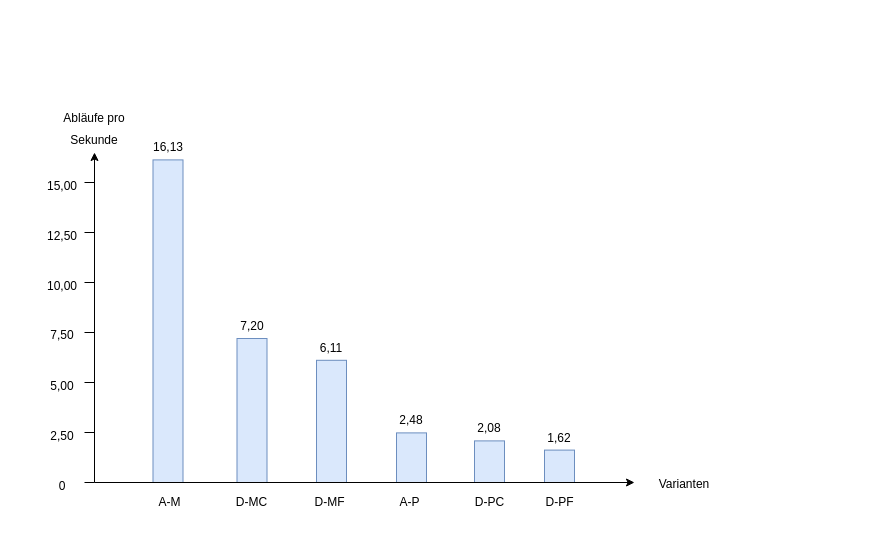
The draw.io diagram svg/Performance Database.drawio in Thalmaier/bachelor-thesis, before the edit. Source tidied: cells renumbered, new cells numbered last; positions are measured from the earlier drawing's top-left corner, leaving out a move shared by most shapes. Both pictures are drawn from the tidied source at 100%, with x=0, y=0 at pixel (32, 92).
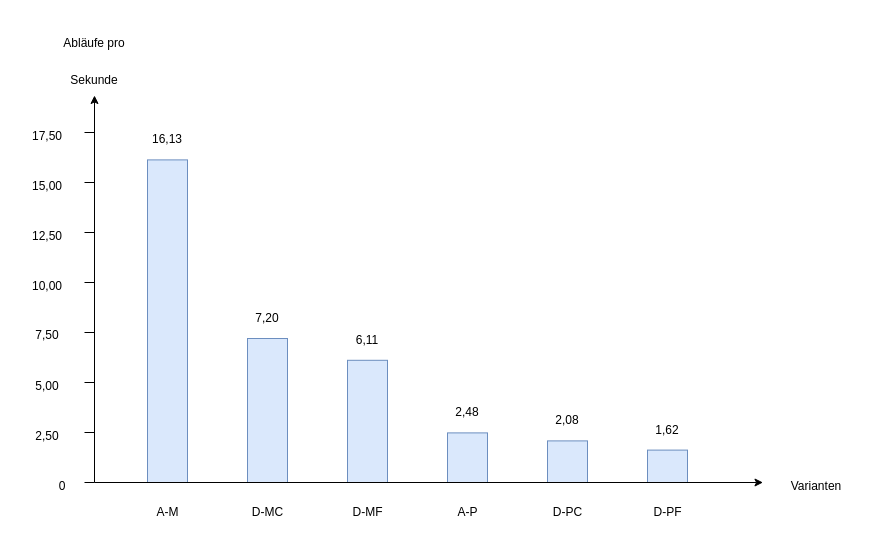
The same diagram, later.

Change to the diagram source:
```diff
@@
     <mxCell id="2" style="rounded=0;whiteSpace=wrap;html=1;rotation=0;fillColor=#dae8fc;strokeColor=#6c8ebf;" parent="1" vertex="1">
-      <mxGeometry x="204.5" y="246" width="30" height="144" as="geometry" />
+      <mxGeometry x="215" y="246" width="40" height="144" as="geometry" />
     </mxCell>
     <mxCell id="3" style="rounded=0;whiteSpace=wrap;html=1;rotation=0;fillColor=#dae8fc;strokeColor=#6c8ebf;" parent="1" vertex="1">
-      <mxGeometry x="442" y="348.4" width="30" height="41.6" as="geometry" />
+      <mxGeometry x="515" y="348.4" width="40" height="41.6" as="geometry" />
     </mxCell>
     <mxCell id="4" value="2,50" style="text;html=1;strokeColor=none;fillColor=none;align=center;verticalAlign=middle;whiteSpace=wrap;rounded=0;" parent="1" vertex="1">
-      <mxGeometry y="334" width="60" height="20" as="geometry" />
+      <mxGeometry x="-15" y="334" width="60" height="20" as="geometry" />
     </mxCell>
     <mxCell id="5" value="5,00" style="text;html=1;strokeColor=none;fillColor=none;align=center;verticalAlign=middle;whiteSpace=wrap;rounded=0;" parent="1" vertex="1">
-      <mxGeometry y="284" width="60" height="20" as="geometry" />
+      <mxGeometry x="-15" y="284" width="60" height="20" as="geometry" />
     </mxCell>
     <mxCell id="6" value="7,50" style="text;html=1;strokeColor=none;fillColor=none;align=center;verticalAlign=middle;whiteSpace=wrap;rounded=0;" parent="1" vertex="1">
-      <mxGeometry y="233" width="60" height="20" as="geometry" />
+      <mxGeometry x="-15" y="233" width="60" height="20" as="geometry" />
     </mxCell>
     <mxCell id="7" value="10,00" style="text;html=1;strokeColor=none;fillColor=none;align=center;verticalAlign=middle;whiteSpace=wrap;rounded=0;" parent="1" vertex="1">
-      <mxGeometry y="184" width="60" height="20" as="geometry" />
+      <mxGeometry x="-15" y="184" width="60" height="20" as="geometry" />
     </mxCell>
     <mxCell id="8" value="12,50" style="text;html=1;strokeColor=none;fillColor=none;align=center;verticalAlign=middle;whiteSpace=wrap;rounded=0;" parent="1" vertex="1">
-      <mxGeometry y="134" width="60" height="20" as="geometry" />
+      <mxGeometry x="-15" y="134" width="60" height="20" as="geometry" />
     </mxCell>
     <mxCell id="9" value="15,00" style="text;html=1;strokeColor=none;fillColor=none;align=center;verticalAlign=middle;whiteSpace=wrap;rounded=0;" parent="1" vertex="1">
-      <mxGeometry y="84" width="60" height="20" as="geometry" />
+      <mxGeometry x="-15" y="84" width="60" height="20" as="geometry" />
     </mxCell>
     <mxCell id="10" style="endArrow=classic;html=1;rounded=0;strokeColor=#000000;" parent="1" edge="1">
       <mxGeometry relative="1" as="geometry">
         <mxPoint x="62" y="390" as="sourcePoint" />
-        <mxPoint x="62" y="60" as="targetPoint" />
+        <mxPoint x="62" y="3" as="targetPoint" />
       </mxGeometry>
     </mxCell>
     <mxCell id="11" style="rounded=0;whiteSpace=wrap;html=1;rotation=0;fillColor=#dae8fc;strokeColor=#6c8ebf;" parent="1" vertex="1">
-      <mxGeometry x="120.5" y="67.4" width="30" height="322.6" as="geometry" />
+      <mxGeometry x="115" y="67.4" width="40" height="322.6" as="geometry" />
     </mxCell>
     <mxCell id="12" style="rounded=0;whiteSpace=wrap;html=1;rotation=0;fillColor=#dae8fc;strokeColor=#6c8ebf;" parent="1" vertex="1">
-      <mxGeometry x="284" y="267.8" width="30" height="122.2" as="geometry" />
+      <mxGeometry x="315" y="267.8" width="40" height="122.2" as="geometry" />
     </mxCell>
     <mxCell id="13" style="rounded=0;whiteSpace=wrap;html=1;rotation=0;fillColor=#dae8fc;strokeColor=#6c8ebf;" parent="1" vertex="1">
-      <mxGeometry x="364" y="340.4" width="30" height="49.6" as="geometry" />
+      <mxGeometry x="415" y="340.4" width="40" height="49.6" as="geometry" />
     </mxCell>
     <mxCell id="14" style="rounded=0;whiteSpace=wrap;html=1;rotation=0;fillColor=#dae8fc;strokeColor=#6c8ebf;" parent="1" vertex="1">
-      <mxGeometry x="512" y="357.6" width="30" height="32.4" as="geometry" />
+      <mxGeometry x="615" y="357.6" width="40" height="32.4" as="geometry" />
     </mxCell>
     <mxCell id="15" value="6,11" style="text;html=1;strokeColor=none;fillColor=none;align=center;verticalAlign=middle;whiteSpace=wrap;rounded=0;" parent="1" vertex="1">
-      <mxGeometry x="269" y="245.8" width="60" height="20" as="geometry" />
+      <mxGeometry x="305" y="237.8" width="60" height="20" as="geometry" />
     </mxCell>
     <mxCell id="16" value="1,62" style="text;html=1;strokeColor=none;fillColor=none;align=center;verticalAlign=middle;whiteSpace=wrap;rounded=0;" parent="1" vertex="1">
-      <mxGeometry x="497" y="335.6" width="60" height="20" as="geometry" />
+      <mxGeometry x="605" y="327.6" width="60" height="20" as="geometry" />
     </mxCell>
     <mxCell id="17" value="D-PF" style="text;html=1;strokeColor=none;fillColor=none;align=center;verticalAlign=middle;whiteSpace=wrap;rounded=0;" parent="1" vertex="1">
-      <mxGeometry x="479.5" y="400" width="95" height="20" as="geometry" />
+      <mxGeometry x="587.5" y="410" width="95" height="20" as="geometry" />
     </mxCell>
     <mxCell id="18" value="A-M" style="text;html=1;strokeColor=none;fillColor=none;align=center;verticalAlign=middle;whiteSpace=wrap;rounded=0;" parent="1" vertex="1">
-      <mxGeometry x="89.5" y="400" width="95" height="20" as="geometry" />
+      <mxGeometry x="87.5" y="410" width="95" height="20" as="geometry" />
     </mxCell>
     <mxCell id="19" value="D-MF" style="text;html=1;strokeColor=none;fillColor=none;align=center;verticalAlign=middle;whiteSpace=wrap;rounded=0;" parent="1" vertex="1">
-      <mxGeometry x="249.5" y="400" width="95" height="20" as="geometry" />
+      <mxGeometry x="287.5" y="410" width="95" height="20" as="geometry" />
     </mxCell>
     <mxCell id="20" value="A-P" style="text;html=1;strokeColor=none;fillColor=none;align=center;verticalAlign=middle;whiteSpace=wrap;rounded=0;" parent="1" vertex="1">
-      <mxGeometry x="329.5" y="400" width="95" height="20" as="geometry" />
+      <mxGeometry x="387.5" y="410" width="95" height="20" as="geometry" />
     </mxCell>
     <mxCell id="21" value="Varianten" style="text;html=1;strokeColor=none;fillColor=none;align=center;verticalAlign=middle;whiteSpace=wrap;rounded=0;" parent="1" vertex="1">
-      <mxGeometry x="602" y="377" width="100" height="30" as="geometry" />
+      <mxGeometry x="734" y="379" width="100" height="30" as="geometry" />
     </mxCell>
     <mxCell id="22" value="Abläufe pro" style="text;strokeColor=none;fillColor=none;align=center;verticalAlign=middle;rounded=0;" parent="1" vertex="1">
-      <mxGeometry x="12" width="100" height="50" as="geometry" />
+      <mxGeometry x="12" y="-75" width="100" height="50" as="geometry" />
     </mxCell>
@@
     <mxCell id="29" value="Sekunde" style="text;strokeColor=none;fillColor=none;align=center;verticalAlign=middle;rounded=0;" parent="1" vertex="1">
-      <mxGeometry x="12" y="22" width="100" height="50" as="geometry" />
+      <mxGeometry x="12" y="-38" width="100" height="50" as="geometry" />
     </mxCell>
     <mxCell id="30" value="7,20" style="text;html=1;strokeColor=none;fillColor=none;align=center;verticalAlign=middle;whiteSpace=wrap;rounded=0;" parent="1" vertex="1">
-      <mxGeometry x="189.5" y="223.8" width="60" height="20" as="geometry" />
+      <mxGeometry x="205" y="216" width="60" height="20" as="geometry" />
     </mxCell>
     <mxCell id="31" value="D-MC" style="text;html=1;strokeColor=none;fillColor=none;align=center;verticalAlign=middle;whiteSpace=wrap;rounded=0;" parent="1" vertex="1">
-      <mxGeometry x="172" y="400" width="95" height="20" as="geometry" />
+      <mxGeometry x="187.5" y="410" width="95" height="20" as="geometry" />
     </mxCell>
     <mxCell id="32" value="D-PC" style="text;html=1;strokeColor=none;fillColor=none;align=center;verticalAlign=middle;whiteSpace=wrap;rounded=0;" parent="1" vertex="1">
-      <mxGeometry x="409.5" y="400" width="95" height="20" as="geometry" />
+      <mxGeometry x="487.5" y="410" width="95" height="20" as="geometry" />
     </mxCell>
     <mxCell id="33" value="2,08" style="text;html=1;strokeColor=none;fillColor=none;align=center;verticalAlign=middle;whiteSpace=wrap;rounded=0;" parent="1" vertex="1">
-      <mxGeometry x="427" y="326.4" width="60" height="20" as="geometry" />
+      <mxGeometry x="505" y="318.4" width="60" height="20" as="geometry" />
     </mxCell>
@@
     <mxCell id="36" style="endArrow=classic;html=1;rounded=0;endFill=1;strokeColor=#000000;" parent="1" edge="1">
       <mxGeometry relative="1" as="geometry">
         <mxPoint x="62" y="390" as="sourcePoint" />
-        <mxPoint x="602" y="390" as="targetPoint" />
+        <mxPoint x="730.5" y="390" as="targetPoint" />
       </mxGeometry>
     </mxCell>
     <mxCell id="37" value="16,13" style="text;html=1;strokeColor=none;fillColor=none;align=center;verticalAlign=middle;whiteSpace=wrap;rounded=0;" parent="1" vertex="1">
-      <mxGeometry x="105.5" y="45.4" width="60" height="20" as="geometry" />
+      <mxGeometry x="105" y="37.4" width="60" height="20" as="geometry" />
     </mxCell>
     <mxCell id="38" value="2,48" style="text;html=1;strokeColor=none;fillColor=none;align=center;verticalAlign=middle;whiteSpace=wrap;rounded=0;" parent="1" vertex="1">
-      <mxGeometry x="349" y="318.4" width="60" height="20" as="geometry" />
+      <mxGeometry x="405" y="310.4" width="60" height="20" as="geometry" />
     </mxCell>
+    <mxCell id="39" style="endArrow=none;html=1;rounded=0;strokeColor=#000000;" parent="1" edge="1">
+      <mxGeometry relative="1" as="geometry">
+        <mxPoint x="52" y="40" as="sourcePoint" />
+        <mxPoint x="62" y="40" as="targetPoint" />
+      </mxGeometry>
+    </mxCell>
+    <mxCell id="40" value="17,50" style="text;html=1;strokeColor=none;fillColor=none;align=center;verticalAlign=middle;whiteSpace=wrap;rounded=0;" parent="1" vertex="1">
+      <mxGeometry x="-15" y="34" width="60" height="20" as="geometry" />
+    </mxCell>
```
